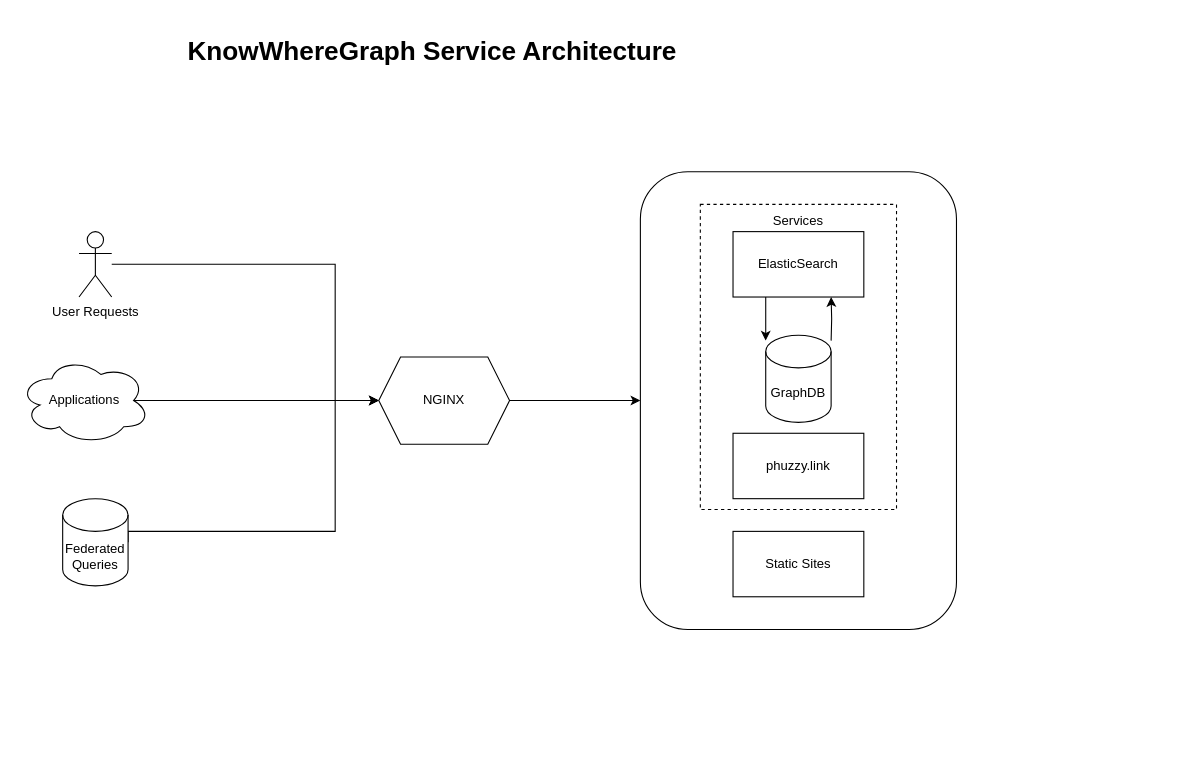
Earlier version of the draw.io diagram architecture/architecture.drawio (KnowWhereGraph/kwg-deployment). Source tidied: cells renumbered, new cells numbered last; positions are measured from the earlier drawing's top-left corner, leaving out a move shared by most shapes. Both pictures are drawn from the tidied source at 109%, with x=0, y=0 at pixel (19, 29).
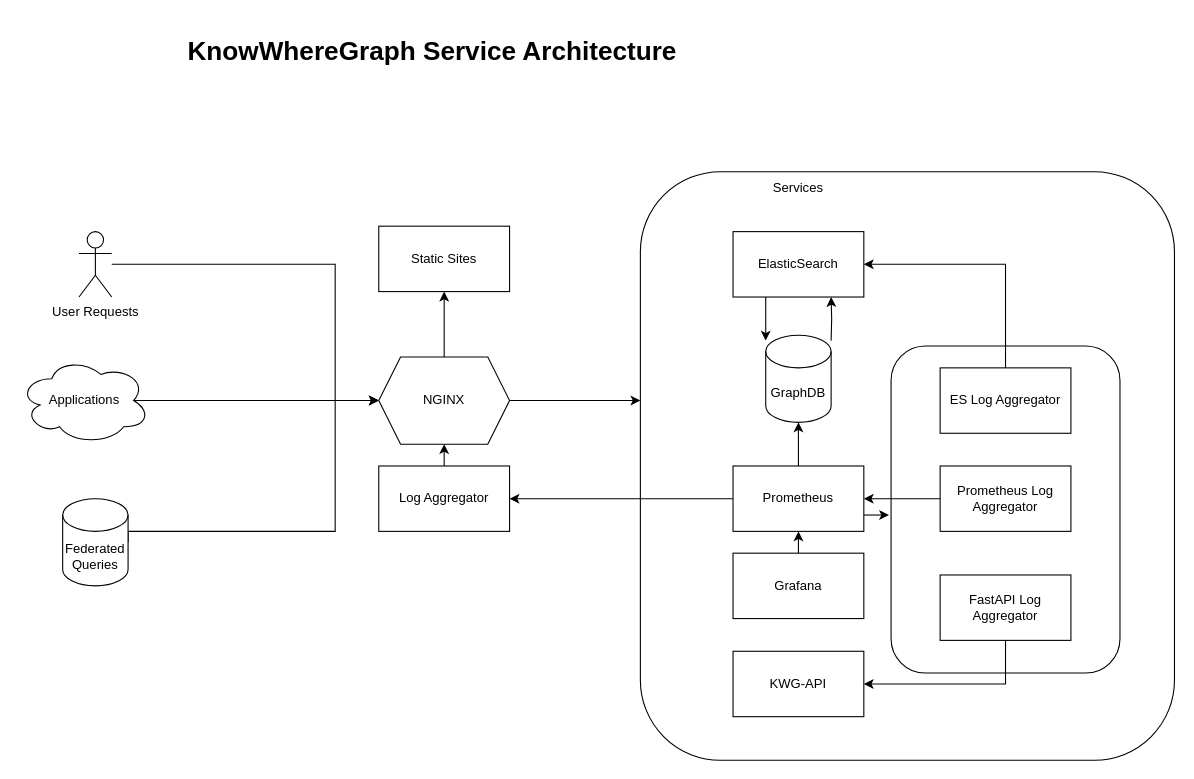
After the change.

Commit message (it also covers changes not shown here):
Update architecture with kwg-api and log fetchers

The change refers to these unchanged cells:
```xml
<mxCell id="4" value="NGINX" style="shape=hexagon;perimeter=hexagonPerimeter2;whiteSpace=wrap;html=1;fixedSize=1;" parent="1" vertex="1">
  <mxGeometry x="330" y="300" width="120" height="80" as="geometry" />
</mxCell>
<mxCell id="9" value="ElasticSearch" style="rounded=0;whiteSpace=wrap;html=1;" parent="1" vertex="1">
  <mxGeometry x="655" y="185" width="120" height="60" as="geometry" />
</mxCell>
<mxCell id="14" value="GraphDB" style="shape=cylinder3;whiteSpace=wrap;html=1;boundedLbl=1;backgroundOutline=1;size=15;" parent="1" vertex="1">
  <mxGeometry x="685" y="280" width="60" height="80" as="geometry" />
</mxCell>
```

Change to the diagram source:
```diff
@@
+    <mxCell id="20" style="edgeStyle=none;html=1;exitX=0.5;exitY=0;exitDx=0;exitDy=0;" parent="1" edge="1" source="4" target="10">
+      <mxGeometry relative="1" as="geometry" />
+    </mxCell>
@@
     <mxCell id="5" style="rounded=1;whiteSpace=wrap;html=1;" parent="1" vertex="1">
-      <mxGeometry x="570" y="130" width="290" height="420" as="geometry" />
+      <mxGeometry x="570" y="130" width="490" height="540" as="geometry" />
     </mxCell>
-    <mxCell id="6" style="rounded=0;whiteSpace=wrap;html=1;dashed=1;" parent="1" vertex="1">
-      <mxGeometry x="625" y="160" width="180" height="280" as="geometry" />
-    </mxCell>
@@
     <mxCell id="10" value="Static Sites" style="rounded=0;whiteSpace=wrap;html=1;" parent="1" vertex="1">
-      <mxGeometry x="655" y="460" width="120" height="60" as="geometry" />
+      <mxGeometry x="330" y="180" width="120" height="60" as="geometry" />
     </mxCell>
     <mxCell id="11" value="Services" style="text;html=1;strokeColor=none;fillColor=none;align=center;verticalAlign=middle;whiteSpace=wrap;rounded=0;" parent="1" vertex="1">
-      <mxGeometry x="685" y="160" width="60" height="30" as="geometry" />
+      <mxGeometry x="685" y="130" width="60" height="30" as="geometry" />
     </mxCell>
-    <mxCell id="12" value="phuzzy.link" style="rounded=0;whiteSpace=wrap;html=1;" parent="1" vertex="1">
-      <mxGeometry x="655" y="370" width="120" height="60" as="geometry" />
-    </mxCell>
@@
+    <mxCell id="21" style="edgeStyle=none;html=1;exitX=0.5;exitY=0;exitDx=0;exitDy=0;entryX=0.5;entryY=1;entryDx=0;entryDy=0;" parent="1" edge="1" source="22" target="26">
+      <mxGeometry relative="1" as="geometry" />
+    </mxCell>
+    <mxCell id="22" value="Grafana" style="rounded=0;whiteSpace=wrap;html=1;" parent="1" vertex="1">
+      <mxGeometry x="655" y="480" width="120" height="60" as="geometry" />
+    </mxCell>
+    <mxCell id="23" style="edgeStyle=none;html=1;exitX=0;exitY=0.5;exitDx=0;exitDy=0;" parent="1" edge="1" source="26" target="28">
+      <mxGeometry relative="1" as="geometry" />
+    </mxCell>
+    <mxCell id="24" style="edgeStyle=none;html=1;exitX=0.5;exitY=0;exitDx=0;exitDy=0;entryX=0.5;entryY=1;entryDx=0;entryDy=0;entryPerimeter=0;" parent="1" edge="1" source="26" target="14">
+      <mxGeometry relative="1" as="geometry" />
+    </mxCell>
+    <mxCell id="25" style="edgeStyle=orthogonalEdgeStyle;rounded=0;jettySize=auto;html=1;exitX=1;exitY=0.75;exitDx=0;exitDy=0;entryX=-0.009;entryY=0.516;entryDx=0;entryDy=0;entryPerimeter=0;" parent="1" edge="1" source="26" target="30">
+      <mxGeometry relative="1" as="geometry" />
+    </mxCell>
+    <mxCell id="26" value="Prometheus" style="rounded=0;whiteSpace=wrap;html=1;" parent="1" vertex="1">
+      <mxGeometry x="655" y="400" width="120" height="60" as="geometry" />
+    </mxCell>
+    <mxCell id="27" style="edgeStyle=none;html=1;exitX=0.5;exitY=0;exitDx=0;exitDy=0;entryX=0.5;entryY=1;entryDx=0;entryDy=0;" parent="1" edge="1" source="28" target="4">
+      <mxGeometry relative="1" as="geometry" />
+    </mxCell>
+    <mxCell id="28" value="Log Aggregator" style="rounded=0;whiteSpace=wrap;html=1;" parent="1" vertex="1">
+      <mxGeometry x="330" y="400" width="120" height="60" as="geometry" />
+    </mxCell>
+    <mxCell id="29" value="KWG-API" style="rounded=0;whiteSpace=wrap;html=1;" parent="1" vertex="1">
+      <mxGeometry x="655" y="570" width="120" height="60" as="geometry" />
+    </mxCell>
+    <mxCell id="30" style="rounded=1;whiteSpace=wrap;html=1;" parent="1" vertex="1">
+      <mxGeometry x="800" y="290" width="210" height="300" as="geometry" />
+    </mxCell>
+    <mxCell id="31" style="edgeStyle=orthogonalEdgeStyle;rounded=0;jettySize=auto;html=1;exitX=0.5;exitY=0;exitDx=0;exitDy=0;entryX=1;entryY=0.5;entryDx=0;entryDy=0;" parent="1" edge="1" source="32" target="9">
+      <mxGeometry relative="1" as="geometry" />
+    </mxCell>
+    <mxCell id="32" value="ES Log Aggregator" style="rounded=0;whiteSpace=wrap;html=1;" parent="1" vertex="1">
+      <mxGeometry x="845" y="310" width="120" height="60" as="geometry" />
+    </mxCell>
+    <mxCell id="33" style="edgeStyle=orthogonalEdgeStyle;rounded=0;jettySize=auto;html=1;exitX=0;exitY=0.5;exitDx=0;exitDy=0;entryX=1;entryY=0.5;entryDx=0;entryDy=0;" parent="1" edge="1" source="34" target="26">
+      <mxGeometry relative="1" as="geometry" />
+    </mxCell>
+    <mxCell id="34" value="Prometheus Log Aggregator" style="rounded=0;whiteSpace=wrap;html=1;" parent="1" vertex="1">
+      <mxGeometry x="845" y="400" width="120" height="60" as="geometry" />
+    </mxCell>
+    <mxCell id="35" style="edgeStyle=orthogonalEdgeStyle;rounded=0;jettySize=auto;html=1;exitX=0.5;exitY=1;exitDx=0;exitDy=0;entryX=1;entryY=0.5;entryDx=0;entryDy=0;" parent="1" edge="1" source="36" target="29">
+      <mxGeometry relative="1" as="geometry" />
+    </mxCell>
+    <mxCell id="36" value="FastAPI Log Aggregator" style="rounded=0;whiteSpace=wrap;html=1;" parent="1" vertex="1">
+      <mxGeometry x="845" y="500" width="120" height="60" as="geometry" />
+    </mxCell>
```
